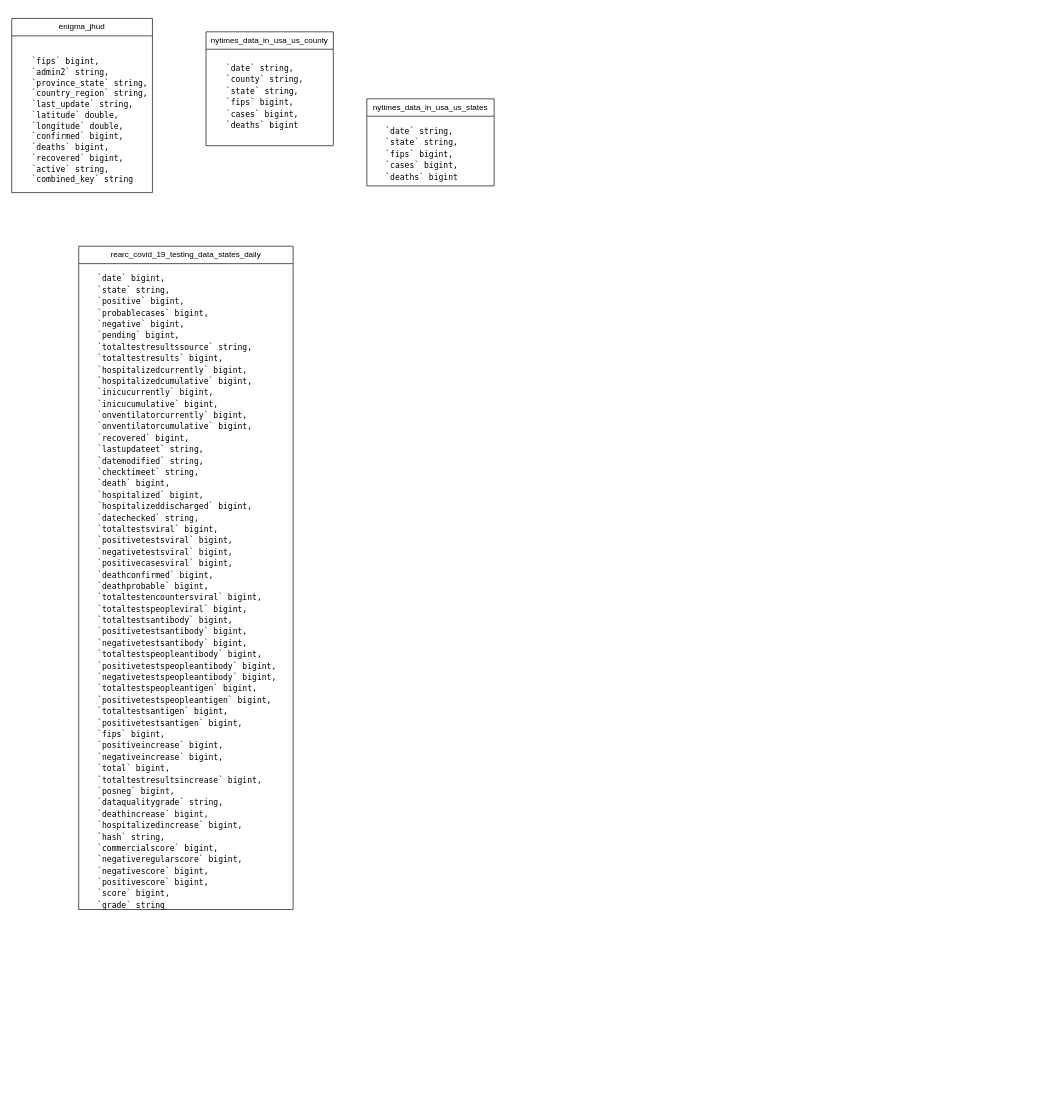
parham075/COVID-19-ETL-Pipeline keeps this draw.io diagram as Untitled Diagram.drawio. Above is the earlier version. Source tidied: cells renumbered, new cells numbered last; positions are measured from the earlier drawing's top-left corner, leaving out a move shared by most shapes. Both pictures are drawn from the tidied source at 67%, with x=0, y=0 at pixel (11, 18).
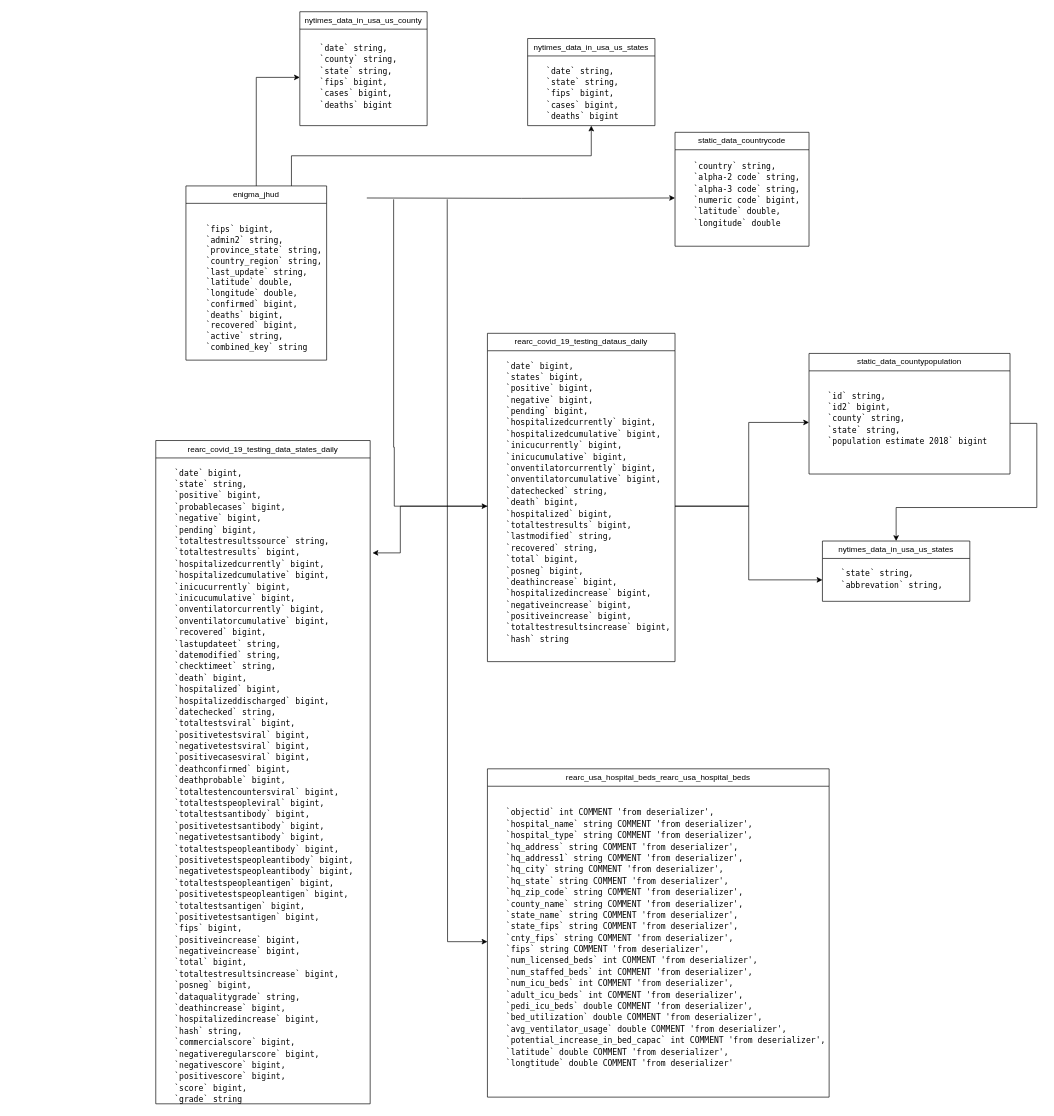
Above is the later version.

Unchanged cells that the change refers to:
```xml
<mxCell id="5" value="&lt;pre style=&quot;border-color: var(--border-color); orphans: 2; text-align: left; text-indent: 0px; widows: 2; text-decoration-thickness: initial; text-decoration-style: initial; text-decoration-color: initial; background-image: initial; background-position: initial; background-size: initial; background-repeat: initial; background-attachment: initial; background-origin: initial; background-clip: initial; margin-top: 0px; margin-bottom: 0px; overflow: auto; padding: var(--space-scaled-xl-rljqft, 24px) var(--space-xl-5fdwzu, 24px); -webkit-font-smoothing: auto; line-height: var(--line-height-body-s-n0pazd, 16px);&quot; class=&quot;awsui_root_18wu0_1v7to_93 awsui_box_18wu0_1v7to_207 awsui_pre-variant_18wu0_1v7to_207 awsui_p-xl_18wu0_1v7to_677 awsui_color-default_18wu0_1v7to_207 awsui_font-size-body-s_18wu0_1v7to_349 awsui_font-weight-default_18wu0_1v7to_263&quot;&gt;&lt;font face=&quot;Monaco, Menlo, Consolas, Courier Prime, Courier, Courier New, monospace&quot;&gt;`date` string, &lt;br/&gt;`county` string, &lt;br/&gt;`state` string, &lt;br/&gt;`fips` bigint, &lt;br/&gt;`cases` bigint, &lt;br/&gt;`deaths` bigint&lt;/font&gt;&lt;font face=&quot;var(--font-family-monospace-yt4nwf, Monaco, Menlo, Consolas, Courier Prime, Courier, Courier New, monospace)&quot;&gt;&lt;br&gt;&lt;/font&gt;&lt;/pre&gt;" style="text;align=left;verticalAlign=top;spacingLeft=4;spacingRight=4;overflow=hidden;points=[[0,0.5],[1,0.5]];portConstraint=eastwest;whiteSpace=wrap;html=1;fontColor=default;labelBackgroundColor=none;spacingTop=-10;" parent="4" vertex="1">
  <mxGeometry y="26" width="190" height="144" as="geometry" />
</mxCell>
<mxCell id="9" value="&lt;pre style=&quot;border-color: var(--border-color); orphans: 2; text-align: left; text-indent: 0px; widows: 2; text-decoration-thickness: initial; text-decoration-style: initial; text-decoration-color: initial; background-image: initial; background-position: initial; background-size: initial; background-repeat: initial; background-attachment: initial; background-origin: initial; background-clip: initial; margin-top: 0px; margin-bottom: 0px; overflow: auto; padding: var(--space-scaled-xl-rljqft, 24px) var(--space-xl-5fdwzu, 24px); -webkit-font-smoothing: auto; line-height: var(--line-height-body-s-n0pazd, 16px);&quot; class=&quot;awsui_root_18wu0_1v7to_93 awsui_box_18wu0_1v7to_207 awsui_pre-variant_18wu0_1v7to_207 awsui_p-xl_18wu0_1v7to_677 awsui_color-default_18wu0_1v7to_207 awsui_font-size-body-s_18wu0_1v7to_349 awsui_font-weight-default_18wu0_1v7to_263&quot;&gt;&lt;font face=&quot;Monaco, Menlo, Consolas, Courier Prime, Courier, Courier New, monospace&quot;&gt;`date` bigint, &lt;br/&gt;`state` string, &lt;br/&gt;`positive` bigint, &lt;br/&gt;`probablecases` bigint, &lt;br/&gt;`negative` bigint, &lt;br/&gt;`pending` bigint, &lt;br/&gt;`totaltestresultssource` string, &lt;br/&gt;`totaltestresults` bigint, &lt;br/&gt;`hospitalizedcurrently` bigint, &lt;br/&gt;`hospitalizedcumulative` bigint, &lt;br/&gt;`inicucurrently` bigint, &lt;br/&gt;`inicucumulative` bigint, &lt;br/&gt;`onventilatorcurrently` bigint, &lt;br/&gt;`onventilatorcumulative` bigint, &lt;br/&gt;`recovered` bigint, &lt;br/&gt;`lastupdateet` string, &lt;br/&gt;`datemodified` string, &lt;br/&gt;`checktimeet` string, &lt;br/&gt;`death` bigint, &lt;br/&gt;`hospitalized` bigint, &lt;br/&gt;`hospitalizeddischarged` bigint, &lt;br/&gt;`datechecked` string, &lt;br/&gt;`totaltestsviral` bigint, &lt;br/&gt;`positivetestsviral` bigint, &lt;br/&gt;`negativetestsviral` bigint, &lt;br/&gt;`positivecasesviral` bigint, &lt;br/&gt;`deathconfirmed` bigint, &lt;br/&gt;`deathprobable` bigint, &lt;br/&gt;`totaltestencountersviral` bigint, &lt;br/&gt;`totaltestspeopleviral` bigint, &lt;br/&gt;`totaltestsantibody` bigint, &lt;br/&gt;`positivetestsantibody` bigint, &lt;br/&gt;`negativetestsantibody` bigint, &lt;br/&gt;`totaltestspeopleantibody` bigint, &lt;br/&gt;`positivetestspeopleantibody` bigint, &lt;br/&gt;`negativetestspeopleantibody` bigint, &lt;br/&gt;`totaltestspeopleantigen` bigint, &lt;br/&gt;`positivetestspeopleantigen` bigint, &lt;br/&gt;`totaltestsantigen` bigint, &lt;br/&gt;`positivetestsantigen` bigint, &lt;br/&gt;`fips` bigint, &lt;br/&gt;`positiveincrease` bigint, &lt;br/&gt;`negativeincrease` bigint, &lt;br/&gt;`total` bigint, &lt;br/&gt;`totaltestresultsincrease` bigint, &lt;br/&gt;`posneg` bigint, &lt;br/&gt;`dataqualitygrade` string, &lt;br/&gt;`deathincrease` bigint, &lt;br/&gt;`hospitalizedincrease` bigint, &lt;br/&gt;`hash` string, &lt;br/&gt;`commercialscore` bigint, &lt;br/&gt;`negativeregularscore` bigint, &lt;br/&gt;`negativescore` bigint, &lt;br/&gt;`positivescore` bigint, &lt;br/&gt;`score` bigint, &lt;br/&gt;`grade` string&lt;/font&gt;&lt;font face=&quot;var(--font-family-monospace-yt4nwf, Monaco, Menlo, Consolas, Courier Prime, Courier, Courier New, monospace)&quot;&gt;&lt;br&gt;&lt;/font&gt;&lt;/pre&gt;" style="text;align=left;verticalAlign=middle;spacingLeft=4;spacingRight=4;overflow=hidden;points=[[0,0.5],[1,0.5]];portConstraint=eastwest;whiteSpace=wrap;html=1;fontColor=default;labelBackgroundColor=none;spacing=0;spacingTop=-10;" parent="8" vertex="1">
  <mxGeometry y="26" width="320" height="964" as="geometry" />
</mxCell>
```

The edit, as a diff of the source:
```diff
@@
+    <mxCell id="10" style="edgeStyle=orthogonalEdgeStyle;rounded=0;jettySize=auto;html=1;exitX=0.5;exitY=0;exitDx=0;exitDy=0;entryX=0;entryY=0.5;entryDx=0;entryDy=0;" parent="1" edge="1" source="2" target="5">
+      <mxGeometry relative="1" as="geometry" />
+    </mxCell>
+    <mxCell id="11" style="edgeStyle=orthogonalEdgeStyle;rounded=0;jettySize=auto;html=1;exitX=0.75;exitY=0;exitDx=0;exitDy=0;entryX=0.5;entryY=1;entryDx=0;entryDy=0;" parent="1" edge="1" source="2" target="6">
+      <mxGeometry relative="1" as="geometry" />
+    </mxCell>
     <mxCell id="2" value="enigma_jhud" style="swimlane;fontStyle=0;horizontal=1;startSize=26;fillColor=none;whiteSpace=wrap;html=1;" parent="1" vertex="1">
-      <mxGeometry width="210" height="260" as="geometry" />
+      <mxGeometry x="260" y="250" width="210" height="260" as="geometry" />
     </mxCell>
@@
     <mxCell id="4" value="nytimes_data_in_usa_us_county" style="swimlane;fontStyle=0;horizontal=1;startSize=26;fillColor=none;whiteSpace=wrap;html=1;" parent="1" vertex="1">
-      <mxGeometry x="290" y="20" width="190" height="170" as="geometry" />
+      <mxGeometry x="430" y="-10" width="190" height="170" as="geometry" />
     </mxCell>
@@
     <mxCell id="6" value="nytimes_data_in_usa_us_states" style="swimlane;fontStyle=0;horizontal=1;startSize=26;fillColor=none;whiteSpace=wrap;html=1;" parent="1" vertex="1">
-      <mxGeometry x="530" y="120" width="190" height="130" as="geometry" />
+      <mxGeometry x="770" y="30" width="190" height="130" as="geometry" />
     </mxCell>
@@
     <mxCell id="8" value="rearc_covid_19_testing_data_states_daily" style="swimlane;fontStyle=0;horizontal=1;startSize=26;fillColor=none;whiteSpace=wrap;html=1;" parent="1" vertex="1">
-      <mxGeometry x="100" y="340" width="320" height="990" as="geometry" />
+      <mxGeometry x="215" y="630" width="320" height="990" as="geometry" />
     </mxCell>
@@
+    <mxCell id="12" value="rearc_covid_19_testing_dataus_daily" style="swimlane;fontStyle=0;horizontal=1;startSize=26;fillColor=none;whiteSpace=wrap;html=1;" parent="1" vertex="1">
+      <mxGeometry x="710" y="470" width="280" height="490" as="geometry" />
+    </mxCell>
+    <mxCell id="13" style="edgeStyle=orthogonalEdgeStyle;rounded=0;jettySize=auto;html=1;exitX=0;exitY=0.5;exitDx=0;exitDy=0;entryX=0;entryY=0.5;entryDx=0;entryDy=0;" parent="12" edge="1" target="14">
+      <mxGeometry relative="1" as="geometry">
+        <mxPoint x="-140" y="-200" as="sourcePoint" />
+        <Array as="points">
+          <mxPoint x="-140" y="170" />
+          <mxPoint x="-139" y="258" />
+        </Array>
+      </mxGeometry>
+    </mxCell>
+    <mxCell id="14" value="&lt;pre style=&quot;border-color: var(--border-color); orphans: 2; text-align: left; text-indent: 0px; widows: 2; text-decoration-thickness: initial; text-decoration-style: initial; text-decoration-color: initial; background-image: initial; background-position: initial; background-size: initial; background-repeat: initial; background-attachment: initial; background-origin: initial; background-clip: initial; margin-top: 0px; margin-bottom: 0px; overflow: auto; padding: var(--space-scaled-xl-rljqft, 24px) var(--space-xl-5fdwzu, 24px); -webkit-font-smoothing: auto; line-height: var(--line-height-body-s-n0pazd, 16px);&quot; class=&quot;awsui_root_18wu0_1v7to_93 awsui_box_18wu0_1v7to_207 awsui_pre-variant_18wu0_1v7to_207 awsui_p-xl_18wu0_1v7to_677 awsui_color-default_18wu0_1v7to_207 awsui_font-size-body-s_18wu0_1v7to_349 awsui_font-weight-default_18wu0_1v7to_263&quot;&gt;&lt;font face=&quot;Monaco, Menlo, Consolas, Courier Prime, Courier, Courier New, monospace&quot;&gt;`date` bigint, &lt;br/&gt;`states` bigint, &lt;br/&gt;`positive` bigint, &lt;br/&gt;`negative` bigint, &lt;br/&gt;`pending` bigint, &lt;br/&gt;`hospitalizedcurrently` bigint, &lt;br/&gt;`hospitalizedcumulative` bigint, &lt;br/&gt;`inicucurrently` bigint, &lt;br/&gt;`inicucumulative` bigint, &lt;br/&gt;`onventilatorcurrently` bigint, &lt;br/&gt;`onventilatorcumulative` bigint, &lt;br/&gt;`datechecked` string, &lt;br/&gt;`death` bigint, &lt;br/&gt;`hospitalized` bigint, &lt;br/&gt;`totaltestresults` bigint, &lt;br/&gt;`lastmodified` string, &lt;br/&gt;`recovered` string, &lt;br/&gt;`total` bigint, &lt;br/&gt;`posneg` bigint, &lt;br/&gt;`deathincrease` bigint, &lt;br/&gt;`hospitalizedincrease` bigint, &lt;br/&gt;`negativeincrease` bigint, &lt;br/&gt;`positiveincrease` bigint, &lt;br/&gt;`totaltestresultsincrease` bigint, &lt;br/&gt;`hash` string&lt;/font&gt;&lt;font face=&quot;var(--font-family-monospace-yt4nwf, Monaco, Menlo, Consolas, Courier Prime, Courier, Courier New, monospace)&quot;&gt;&lt;br&gt;&lt;/font&gt;&lt;/pre&gt;" style="text;align=left;verticalAlign=middle;spacingLeft=4;spacingRight=4;overflow=hidden;points=[[0,0.5],[1,0.5]];portConstraint=eastwest;whiteSpace=wrap;html=1;fontColor=default;labelBackgroundColor=none;spacing=0;spacingTop=-10;" parent="12" vertex="1">
+      <mxGeometry y="26" width="280" height="464" as="geometry" />
+    </mxCell>
+    <mxCell id="15" value="static_data_countrycode" style="swimlane;fontStyle=0;horizontal=1;startSize=26;fillColor=none;whiteSpace=wrap;html=1;" parent="1" vertex="1">
+      <mxGeometry x="990" y="170" width="200" height="170" as="geometry" />
+    </mxCell>
+    <mxCell id="16" style="edgeStyle=orthogonalEdgeStyle;rounded=0;jettySize=auto;html=1;" parent="15" edge="1" target="17">
+      <mxGeometry relative="1" as="geometry">
+        <mxPoint x="-460" y="98" as="sourcePoint" />
+      </mxGeometry>
+    </mxCell>
+    <mxCell id="17" value="&lt;pre style=&quot;border-color: var(--border-color); orphans: 2; text-align: left; text-indent: 0px; widows: 2; text-decoration-thickness: initial; text-decoration-style: initial; text-decoration-color: initial; background-image: initial; background-position: initial; background-size: initial; background-repeat: initial; background-attachment: initial; background-origin: initial; background-clip: initial; margin-top: 0px; margin-bottom: 0px; overflow: auto; padding: var(--space-scaled-xl-rljqft, 24px) var(--space-xl-5fdwzu, 24px); -webkit-font-smoothing: auto; line-height: var(--line-height-body-s-n0pazd, 16px);&quot; class=&quot;awsui_root_18wu0_1v7to_93 awsui_box_18wu0_1v7to_207 awsui_pre-variant_18wu0_1v7to_207 awsui_p-xl_18wu0_1v7to_677 awsui_color-default_18wu0_1v7to_207 awsui_font-size-body-s_18wu0_1v7to_349 awsui_font-weight-default_18wu0_1v7to_263&quot;&gt;&lt;font face=&quot;Monaco, Menlo, Consolas, Courier Prime, Courier, Courier New, monospace&quot;&gt;`country` string, &lt;br/&gt;`alpha-2 code` string, &lt;br/&gt;`alpha-3 code` string, &lt;br/&gt;`numeric code` bigint, &lt;br/&gt;`latitude` double, &lt;br/&gt;`longitude` double&lt;/font&gt;&lt;font face=&quot;var(--font-family-monospace-yt4nwf, Monaco, Menlo, Consolas, Courier Prime, Courier, Courier New, monospace)&quot;&gt;&lt;br&gt;&lt;/font&gt;&lt;/pre&gt;" style="text;align=left;verticalAlign=middle;spacingLeft=4;spacingRight=4;overflow=hidden;points=[[0,0.5],[1,0.5]];portConstraint=eastwest;whiteSpace=wrap;html=1;fontColor=default;labelBackgroundColor=none;spacing=0;spacingTop=-10;" parent="15" vertex="1">
+      <mxGeometry y="26" width="200" height="144" as="geometry" />
+    </mxCell>
+    <mxCell id="18" value="static_data_countypopulation" style="swimlane;fontStyle=0;horizontal=1;startSize=26;fillColor=none;whiteSpace=wrap;html=1;" parent="1" vertex="1">
+      <mxGeometry x="1190" y="500" width="300" height="180" as="geometry" />
+    </mxCell>
+    <mxCell id="19" value="&lt;pre style=&quot;border-color: var(--border-color); orphans: 2; text-align: left; text-indent: 0px; widows: 2; text-decoration-thickness: initial; text-decoration-style: initial; text-decoration-color: initial; background-image: initial; background-position: initial; background-size: initial; background-repeat: initial; background-attachment: initial; background-origin: initial; background-clip: initial; margin-top: 0px; margin-bottom: 0px; overflow: auto; padding: var(--space-scaled-xl-rljqft, 24px) var(--space-xl-5fdwzu, 24px); -webkit-font-smoothing: auto; line-height: var(--line-height-body-s-n0pazd, 16px);&quot; class=&quot;awsui_root_18wu0_1v7to_93 awsui_box_18wu0_1v7to_207 awsui_pre-variant_18wu0_1v7to_207 awsui_p-xl_18wu0_1v7to_677 awsui_color-default_18wu0_1v7to_207 awsui_font-size-body-s_18wu0_1v7to_349 awsui_font-weight-default_18wu0_1v7to_263&quot;&gt;&lt;font face=&quot;Monaco, Menlo, Consolas, Courier Prime, Courier, Courier New, monospace&quot;&gt;`id` string, &lt;br/&gt;`id2` bigint, &lt;br/&gt;`county` string, &lt;br/&gt;`state` string, &lt;br/&gt;`population estimate 2018` bigint&lt;/font&gt;&lt;font face=&quot;var(--font-family-monospace-yt4nwf, Monaco, Menlo, Consolas, Courier Prime, Courier, Courier New, monospace)&quot;&gt;&lt;br&gt;&lt;/font&gt;&lt;/pre&gt;" style="text;align=left;verticalAlign=middle;spacingLeft=4;spacingRight=4;overflow=hidden;points=[[0,0.5],[1,0.5]];portConstraint=eastwest;whiteSpace=wrap;html=1;fontColor=default;labelBackgroundColor=none;spacing=0;spacingTop=-10;" parent="18" vertex="1">
+      <mxGeometry y="26" width="300" height="154" as="geometry" />
+    </mxCell>
+    <mxCell id="20" style="edgeStyle=orthogonalEdgeStyle;rounded=0;jettySize=auto;html=1;" parent="18" edge="1" target="21">
+      <mxGeometry relative="1" as="geometry">
+        <mxPoint x="300" y="104.4" as="sourcePoint" />
+        <Array as="points">
+          <mxPoint x="340" y="104" />
+          <mxPoint x="340" y="230" />
+          <mxPoint x="130" y="230" />
+        </Array>
+      </mxGeometry>
+    </mxCell>
+    <mxCell id="21" value="nytimes_data_in_usa_us_states" style="swimlane;fontStyle=0;horizontal=1;startSize=26;fillColor=none;whiteSpace=wrap;html=1;" parent="1" vertex="1">
+      <mxGeometry x="1210" y="780" width="220" height="90" as="geometry" />
+    </mxCell>
+    <mxCell id="22" value="&lt;pre style=&quot;border-color: var(--border-color); orphans: 2; text-align: left; text-indent: 0px; widows: 2; text-decoration-thickness: initial; text-decoration-style: initial; text-decoration-color: initial; background-image: initial; background-position: initial; background-size: initial; background-repeat: initial; background-attachment: initial; background-origin: initial; background-clip: initial; margin-top: 0px; margin-bottom: 0px; overflow: auto; padding: var(--space-scaled-xl-rljqft, 24px) var(--space-xl-5fdwzu, 24px); -webkit-font-smoothing: auto; line-height: var(--line-height-body-s-n0pazd, 16px);&quot; class=&quot;awsui_root_18wu0_1v7to_93 awsui_box_18wu0_1v7to_207 awsui_pre-variant_18wu0_1v7to_207 awsui_p-xl_18wu0_1v7to_677 awsui_color-default_18wu0_1v7to_207 awsui_font-size-body-s_18wu0_1v7to_349 awsui_font-weight-default_18wu0_1v7to_263&quot;&gt;&lt;font face=&quot;Monaco, Menlo, Consolas, Courier Prime, Courier, Courier New, monospace&quot;&gt;`state` string, &lt;br&gt;`abbrevation` string, &lt;br&gt;&lt;/font&gt;&lt;font face=&quot;var(--font-family-monospace-yt4nwf, Monaco, Menlo, Consolas, Courier Prime, Courier, Courier New, monospace)&quot;&gt;&lt;br&gt;&lt;/font&gt;&lt;/pre&gt;" style="text;align=left;verticalAlign=middle;spacingLeft=4;spacingRight=4;overflow=hidden;points=[[0,0.5],[1,0.5]];portConstraint=eastwest;whiteSpace=wrap;html=1;fontColor=default;labelBackgroundColor=none;spacing=0;spacingTop=-10;" parent="21" vertex="1">
+      <mxGeometry y="26" width="220" height="64" as="geometry" />
+    </mxCell>
+    <mxCell id="23" style="edgeStyle=orthogonalEdgeStyle;rounded=0;jettySize=auto;html=1;exitX=1;exitY=0.5;exitDx=0;exitDy=0;entryX=0;entryY=0.5;entryDx=0;entryDy=0;" parent="1" edge="1" source="14" target="19">
+      <mxGeometry relative="1" as="geometry">
+        <Array as="points">
+          <mxPoint x="1100" y="728" />
+          <mxPoint x="1100" y="603" />
+        </Array>
+      </mxGeometry>
+    </mxCell>
+    <mxCell id="24" style="edgeStyle=orthogonalEdgeStyle;rounded=0;jettySize=auto;html=1;exitX=1;exitY=0.5;exitDx=0;exitDy=0;entryX=0;entryY=0.5;entryDx=0;entryDy=0;" parent="1" edge="1" source="14" target="22">
+      <mxGeometry relative="1" as="geometry" />
+    </mxCell>
+    <mxCell id="25" value="rearc_usa_hospital_beds_rearc_usa_hospital_beds" style="swimlane;fontStyle=0;horizontal=1;startSize=26;fillColor=none;whiteSpace=wrap;html=1;" parent="1" vertex="1">
+      <mxGeometry x="710" y="1120" width="510" height="490" as="geometry" />
+    </mxCell>
+    <mxCell id="26" style="edgeStyle=orthogonalEdgeStyle;rounded=0;jettySize=auto;html=1;exitX=0;exitY=0.5;exitDx=0;exitDy=0;entryX=0;entryY=0.5;entryDx=0;entryDy=0;" parent="25" edge="1" target="27">
+      <mxGeometry relative="1" as="geometry">
+        <mxPoint x="-60" y="-850" as="sourcePoint" />
+      </mxGeometry>
+    </mxCell>
+    <mxCell id="27" value="&lt;pre style=&quot;border-color: var(--border-color); orphans: 2; text-align: left; text-indent: 0px; widows: 2; text-decoration-thickness: initial; text-decoration-style: initial; text-decoration-color: initial; background-image: initial; background-position: initial; background-size: initial; background-repeat: initial; background-attachment: initial; background-origin: initial; background-clip: initial; margin-top: 0px; margin-bottom: 0px; overflow: auto; padding: var(--space-scaled-xl-rljqft, 24px) var(--space-xl-5fdwzu, 24px); -webkit-font-smoothing: auto; line-height: var(--line-height-body-s-n0pazd, 16px);&quot; class=&quot;awsui_root_18wu0_1v7to_93 awsui_box_18wu0_1v7to_207 awsui_pre-variant_18wu0_1v7to_207 awsui_p-xl_18wu0_1v7to_677 awsui_color-default_18wu0_1v7to_207 awsui_font-size-body-s_18wu0_1v7to_349 awsui_font-weight-default_18wu0_1v7to_263&quot;&gt;&lt;font face=&quot;Monaco, Menlo, Consolas, Courier Prime, Courier, Courier New, monospace&quot;&gt;`objectid` int COMMENT 'from deserializer', &lt;br/&gt;`hospital_name` string COMMENT 'from deserializer', &lt;br/&gt;`hospital_type` string COMMENT 'from deserializer', &lt;br/&gt;`hq_address` string COMMENT 'from deserializer', &lt;br/&gt;`hq_address1` string COMMENT 'from deserializer', &lt;br/&gt;`hq_city` string COMMENT 'from deserializer', &lt;br/&gt;`hq_state` string COMMENT 'from deserializer', &lt;br/&gt;`hq_zip_code` string COMMENT 'from deserializer', &lt;br/&gt;`county_name` string COMMENT 'from deserializer', &lt;br/&gt;`state_name` string COMMENT 'from deserializer', &lt;br/&gt;`state_fips` string COMMENT 'from deserializer', &lt;br/&gt;`cnty_fips` string COMMENT 'from deserializer', &lt;br/&gt;`fips` string COMMENT 'from deserializer', &lt;br/&gt;`num_licensed_beds` int COMMENT 'from deserializer', &lt;br/&gt;`num_staffed_beds` int COMMENT 'from deserializer', &lt;br/&gt;`num_icu_beds` int COMMENT 'from deserializer', &lt;br/&gt;`adult_icu_beds` int COMMENT 'from deserializer', &lt;br/&gt;`pedi_icu_beds` double COMMENT 'from deserializer', &lt;br/&gt;`bed_utilization` double COMMENT 'from deserializer', &lt;br/&gt;`avg_ventilator_usage` double COMMENT 'from deserializer', &lt;br/&gt;`potential_increase_in_bed_capac` int COMMENT 'from deserializer', &lt;br/&gt;`latitude` double COMMENT 'from deserializer', &lt;br/&gt;`longtitude` double COMMENT 'from deserializer'&lt;/font&gt;&lt;font face=&quot;var(--font-family-monospace-yt4nwf, Monaco, Menlo, Consolas, Courier Prime, Courier, Courier New, monospace)&quot;&gt;&lt;br&gt;&lt;/font&gt;&lt;/pre&gt;" style="text;align=left;verticalAlign=middle;spacingLeft=4;spacingRight=4;overflow=hidden;points=[[0,0.5],[1,0.5]];portConstraint=eastwest;whiteSpace=wrap;html=1;fontColor=default;labelBackgroundColor=none;spacing=0;spacingTop=-10;" parent="25" vertex="1">
+      <mxGeometry y="26" width="510" height="464" as="geometry" />
+    </mxCell>
+    <mxCell id="28" style="edgeStyle=orthogonalEdgeStyle;rounded=0;jettySize=auto;html=1;exitX=0;exitY=0.5;exitDx=0;exitDy=0;entryX=1.011;entryY=0.147;entryDx=0;entryDy=0;entryPerimeter=0;" parent="1" edge="1" source="14" target="9">
+      <mxGeometry relative="1" as="geometry">
+        <Array as="points">
+          <mxPoint x="580" y="728" />
+          <mxPoint x="580" y="798" />
+        </Array>
+      </mxGeometry>
+    </mxCell>
```
